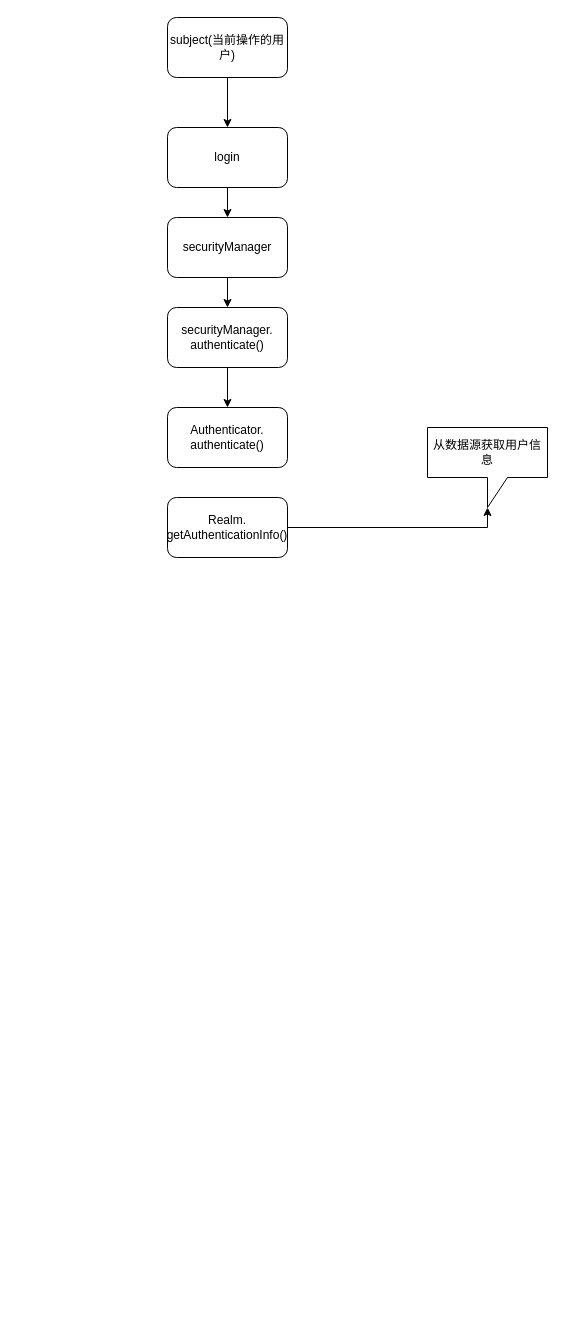
The draw.io diagram 画图/shiro/测试.drawio in ming1305010512/noteBook, before the edit. Source tidied: cells renumbered, new cells numbered last; positions are measured from the earlier drawing's top-left corner, leaving out a move shared by most shapes. Both pictures are drawn from the tidied source at 100%, with x=0, y=0 at pixel (167, 17).
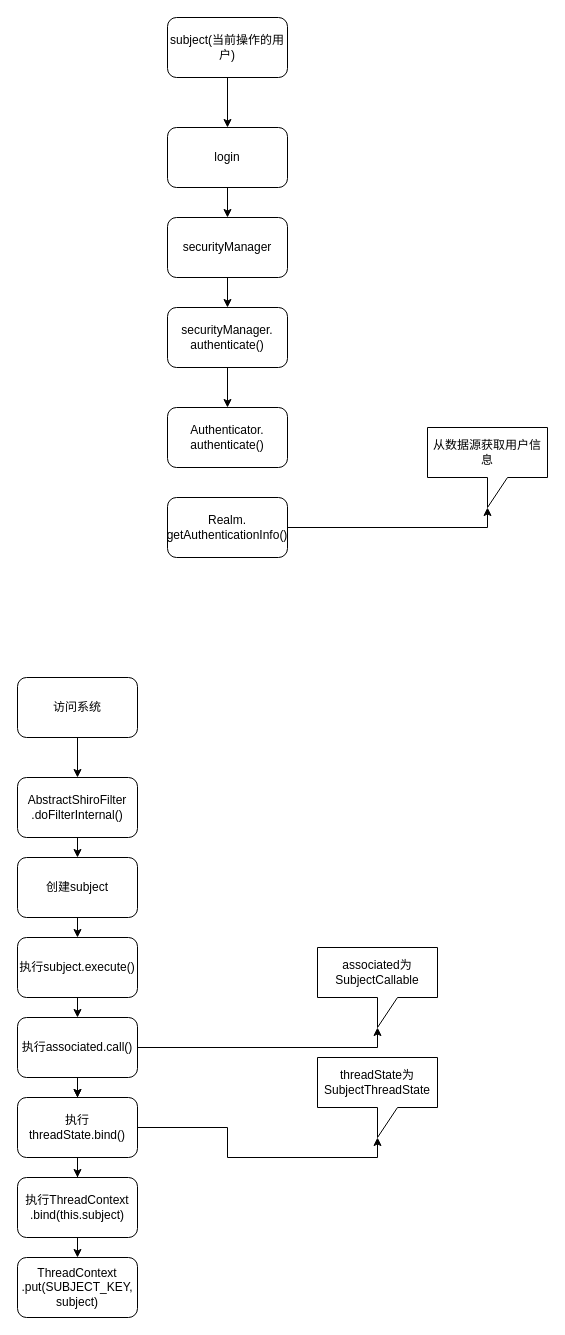
The same diagram, later.

The edit, as a diff of the source:
```diff
@@
+    <mxCell id="14" style="edgeStyle=orthogonalEdgeStyle;rounded=0;jettySize=auto;html=1;exitX=0.5;exitY=1;exitDx=0;exitDy=0;entryX=0.5;entryY=0;entryDx=0;entryDy=0;" parent="1" edge="1" source="15" target="17">
+      <mxGeometry relative="1" as="geometry" />
+    </mxCell>
+    <mxCell id="15" value="访问系统" style="rounded=1;whiteSpace=wrap;html=1;" parent="1" vertex="1">
+      <mxGeometry x="-150" y="660" width="120" height="60" as="geometry" />
+    </mxCell>
+    <mxCell id="16" style="edgeStyle=orthogonalEdgeStyle;rounded=0;jettySize=auto;html=1;exitX=0.5;exitY=1;exitDx=0;exitDy=0;entryX=0.5;entryY=0;entryDx=0;entryDy=0;" parent="1" edge="1" source="17" target="19">
+      <mxGeometry relative="1" as="geometry" />
+    </mxCell>
+    <mxCell id="17" value="AbstractShiroFilter&lt;div&gt;.doFilterInternal()&lt;/div&gt;" style="rounded=1;whiteSpace=wrap;html=1;" parent="1" vertex="1">
+      <mxGeometry x="-150" y="760" width="120" height="60" as="geometry" />
+    </mxCell>
+    <mxCell id="18" style="edgeStyle=orthogonalEdgeStyle;rounded=0;jettySize=auto;html=1;exitX=0.5;exitY=1;exitDx=0;exitDy=0;entryX=0.5;entryY=0;entryDx=0;entryDy=0;" parent="1" edge="1" source="19" target="21">
+      <mxGeometry relative="1" as="geometry" />
+    </mxCell>
+    <mxCell id="19" value="创建subject" style="rounded=1;whiteSpace=wrap;html=1;" parent="1" vertex="1">
+      <mxGeometry x="-150" y="840" width="120" height="60" as="geometry" />
+    </mxCell>
+    <mxCell id="20" style="edgeStyle=orthogonalEdgeStyle;rounded=0;jettySize=auto;html=1;exitX=0.5;exitY=1;exitDx=0;exitDy=0;entryX=0.5;entryY=0;entryDx=0;entryDy=0;" parent="1" edge="1" source="21" target="24">
+      <mxGeometry relative="1" as="geometry" />
+    </mxCell>
+    <mxCell id="21" value="执行subject.execute()" style="rounded=1;whiteSpace=wrap;html=1;" parent="1" vertex="1">
+      <mxGeometry x="-150" y="920" width="120" height="60" as="geometry" />
+    </mxCell>
+    <mxCell id="22" style="edgeStyle=orthogonalEdgeStyle;rounded=0;jettySize=auto;html=1;exitX=0.5;exitY=1;exitDx=0;exitDy=0;entryX=0.5;entryY=0;entryDx=0;entryDy=0;" parent="1" edge="1" source="24" target="28">
+      <mxGeometry relative="1" as="geometry" />
+    </mxCell>
+    <mxCell id="23" style="edgeStyle=orthogonalEdgeStyle;rounded=0;jettySize=auto;html=1;" parent="1" edge="1" source="24" target="28">
+      <mxGeometry relative="1" as="geometry" />
+    </mxCell>
+    <mxCell id="24" value="执行associated.call()" style="rounded=1;whiteSpace=wrap;html=1;" parent="1" vertex="1">
+      <mxGeometry x="-150" y="1000" width="120" height="60" as="geometry" />
+    </mxCell>
+    <mxCell id="25" value="associated为SubjectCallable" style="shape=callout;whiteSpace=wrap;html=1;perimeter=calloutPerimeter;" parent="1" vertex="1">
+      <mxGeometry x="150" y="930" width="120" height="80" as="geometry" />
+    </mxCell>
+    <mxCell id="26" style="edgeStyle=orthogonalEdgeStyle;rounded=0;jettySize=auto;html=1;exitX=1;exitY=0.5;exitDx=0;exitDy=0;entryX=0;entryY=0;entryDx=60;entryDy=80;entryPerimeter=0;" parent="1" edge="1" source="24" target="25">
+      <mxGeometry relative="1" as="geometry" />
+    </mxCell>
+    <mxCell id="27" style="edgeStyle=orthogonalEdgeStyle;rounded=0;jettySize=auto;html=1;exitX=0.5;exitY=1;exitDx=0;exitDy=0;" parent="1" edge="1" source="28" target="32">
+      <mxGeometry relative="1" as="geometry" />
+    </mxCell>
+    <mxCell id="28" value="执行threadState.bind()" style="rounded=1;whiteSpace=wrap;html=1;" parent="1" vertex="1">
+      <mxGeometry x="-150" y="1080" width="120" height="60" as="geometry" />
+    </mxCell>
+    <mxCell id="29" value="threadState为SubjectThreadState" style="shape=callout;whiteSpace=wrap;html=1;perimeter=calloutPerimeter;" parent="1" vertex="1">
+      <mxGeometry x="150" y="1040" width="120" height="80" as="geometry" />
+    </mxCell>
+    <mxCell id="30" style="edgeStyle=orthogonalEdgeStyle;rounded=0;jettySize=auto;html=1;exitX=1;exitY=0.5;exitDx=0;exitDy=0;entryX=0;entryY=0;entryDx=60;entryDy=80;entryPerimeter=0;" parent="1" edge="1" source="28" target="29">
+      <mxGeometry relative="1" as="geometry" />
+    </mxCell>
+    <mxCell id="31" style="edgeStyle=orthogonalEdgeStyle;rounded=0;jettySize=auto;html=1;exitX=0.5;exitY=1;exitDx=0;exitDy=0;entryX=0.5;entryY=0;entryDx=0;entryDy=0;" parent="1" edge="1" source="32" target="33">
+      <mxGeometry relative="1" as="geometry" />
+    </mxCell>
+    <mxCell id="32" value="执行ThreadContext&lt;div&gt;.bind(this.subject)&lt;/div&gt;" style="rounded=1;whiteSpace=wrap;html=1;" parent="1" vertex="1">
+      <mxGeometry x="-150" y="1160" width="120" height="60" as="geometry" />
+    </mxCell>
+    <mxCell id="33" value="ThreadContext&lt;div&gt;.put(SUBJECT_KEY, subject)&lt;/div&gt;" style="rounded=1;whiteSpace=wrap;html=1;" parent="1" vertex="1">
+      <mxGeometry x="-150" y="1240" width="120" height="60" as="geometry" />
+    </mxCell>
```
